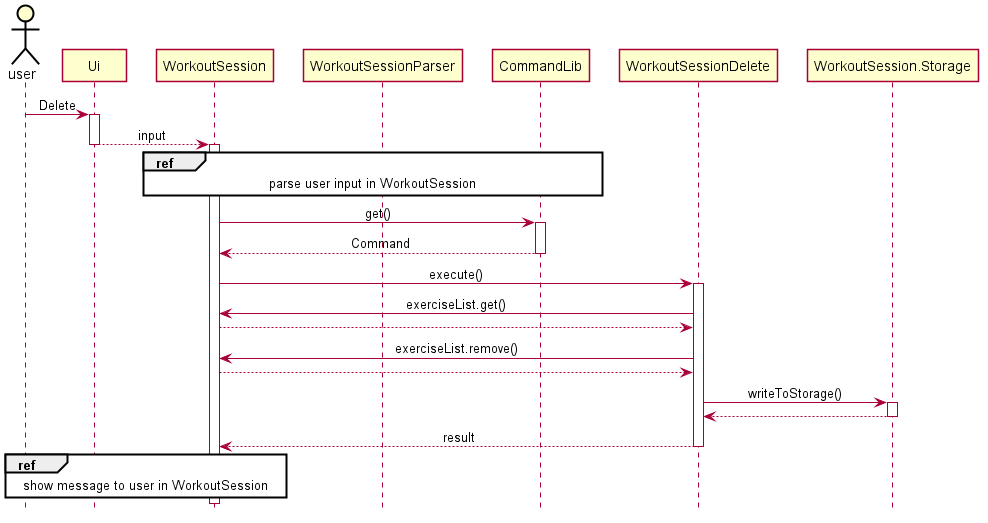
Above: docs/pictures/jinyang/WorkoutSessionDelete.png in zsk612/tp (PlantUML), before the change.
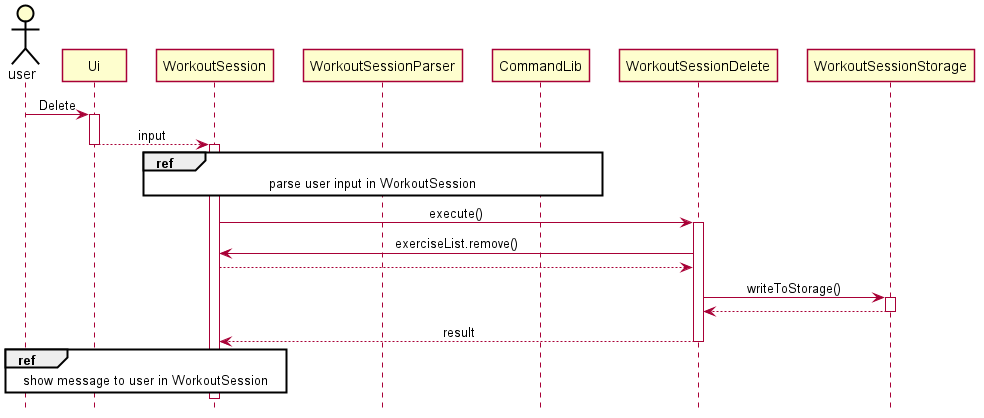
Later version of the same file.

What changed in the source:
```diff
@@ -49,22 +49,17 @@
 
 ref over WorkoutSession, WorkoutSessionParser, CommandLib: parse user input in WorkoutSession
 
-WorkoutSession -> CommandLib : get()
-activate CommandLib
-CommandLib --> WorkoutSession : Command
-deactivate CommandLib
+
 
 WorkoutSession -> WorkoutSessionDelete : execute()
 activate WorkoutSessionDelete
 
-WorkoutSessionDelete -> WorkoutSession : exerciseList.get()
-WorkoutSession --> WorkoutSessionDelete
 WorkoutSessionDelete-> WorkoutSession : exerciseList.remove()
 WorkoutSession --> WorkoutSessionDelete
-WorkoutSessionDelete -> WorkoutSession.Storage : writeToStorage()
-activate WorkoutSession.Storage
-WorkoutSession.Storage --> WorkoutSessionDelete
-deactivate WorkoutSession.Storage
+WorkoutSessionDelete -> WorkoutSessionStorage : writeToStorage()
+activate WorkoutSessionStorage
+WorkoutSessionStorage --> WorkoutSessionDelete
+deactivate WorkoutSessionStorage
 
 WorkoutSessionDelete --> WorkoutSession : result
 deactivate WorkoutSessionDelete
```
